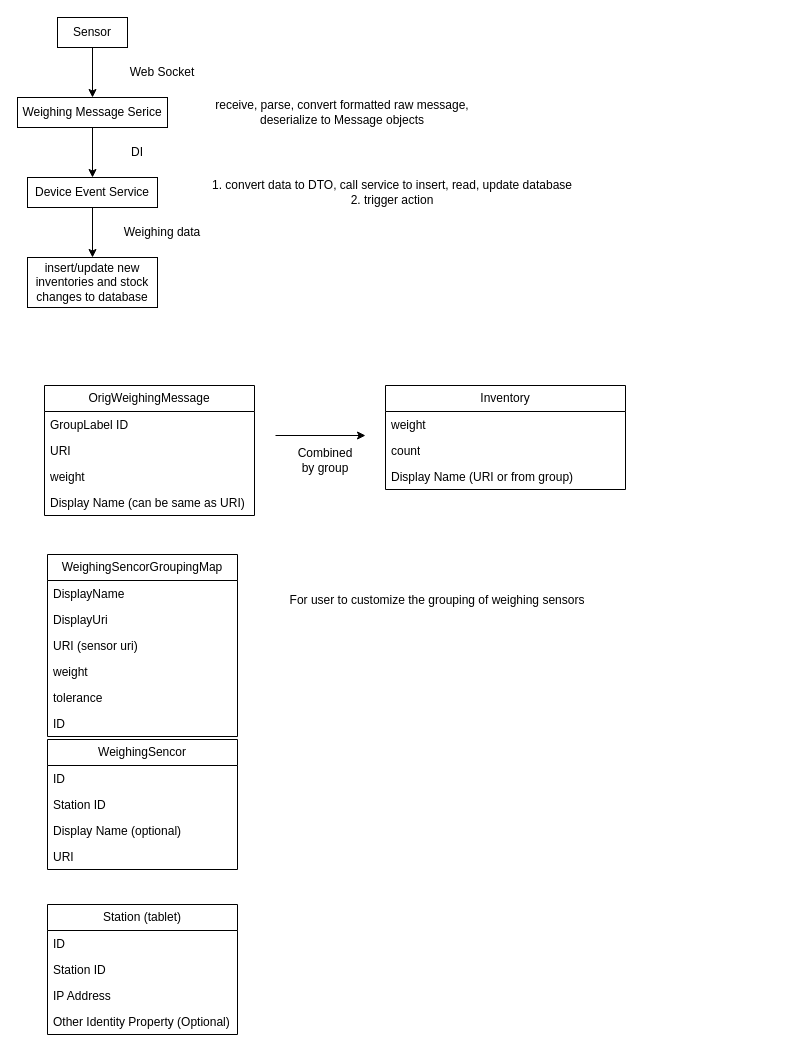
This is gravis/Untitled Diagram.drawio from MQzhiyong/draw_io, a draw.io file, before an edit. Source tidied: cells renumbered, new cells numbered last; positions are measured from the earlier drawing's top-left corner, leaving out a move shared by most shapes. Both pictures are drawn from the tidied source at 100%, with x=0, y=0 at pixel (17, 17).
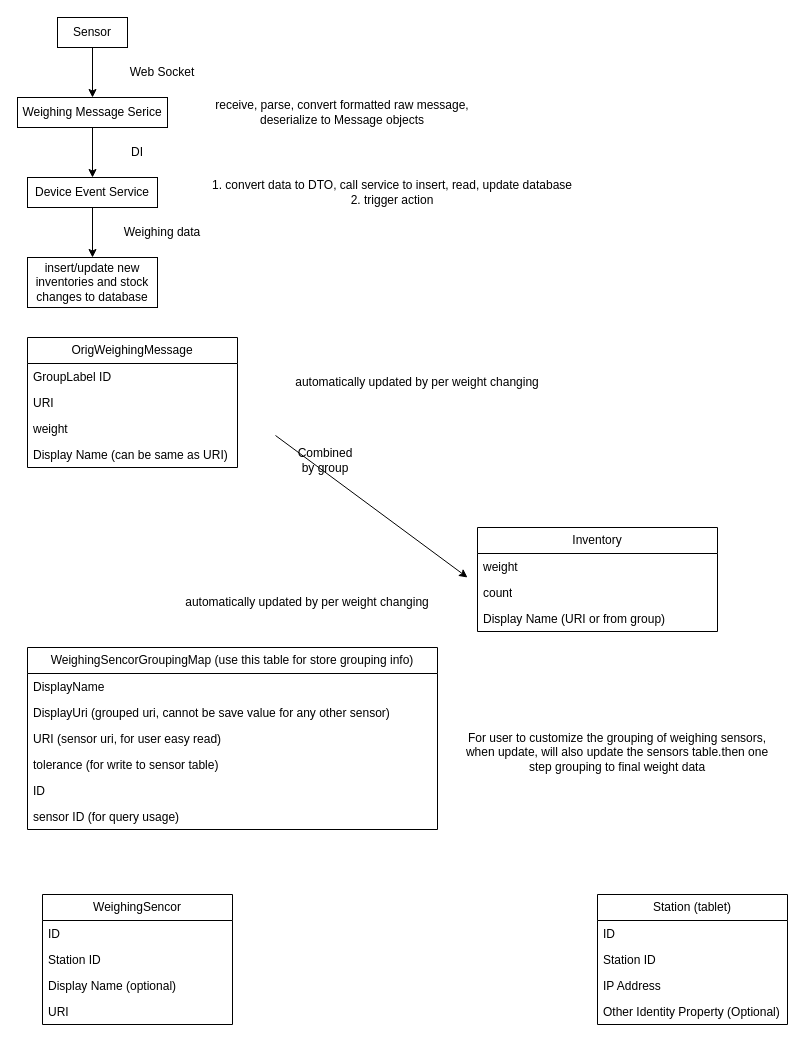
After the change.

Diff of the diagram source:
```diff
@@
     <mxCell id="12" value="OrigWeighingMessage" style="swimlane;fontStyle=0;horizontal=1;startSize=26;fillColor=none;whiteSpace=wrap;html=1;" parent="1" vertex="1">
-      <mxGeometry x="27" y="368" width="210" height="130" as="geometry" />
+      <mxGeometry x="10" y="320" width="210" height="130" as="geometry" />
     </mxCell>
@@
     <mxCell id="17" value="Inventory" style="swimlane;fontStyle=0;horizontal=1;startSize=26;fillColor=none;whiteSpace=wrap;html=1;" parent="1" vertex="1">
-      <mxGeometry x="368" y="368" width="240" height="104" as="geometry" />
+      <mxGeometry x="460" y="510" width="240" height="104" as="geometry" />
     </mxCell>
@@
     <mxCell id="21" style="endArrow=classic;html=1;rounded=0;" parent="1" edge="1">
       <mxGeometry relative="1" as="geometry">
         <mxPoint x="258" y="418" as="sourcePoint" />
-        <mxPoint x="348" y="418" as="targetPoint" />
+        <mxPoint x="450" y="560" as="targetPoint" />
       </mxGeometry>
     </mxCell>
@@
-    <mxCell id="23" value="WeighingSencorGroupingMap" style="swimlane;fontStyle=0;horizontal=1;startSize=26;fillColor=none;whiteSpace=wrap;html=1;" parent="1" vertex="1">
-      <mxGeometry x="30" y="537" width="190" height="182" as="geometry" />
+    <mxCell id="23" value="WeighingSencorGroupingMap (use this table for store grouping info)" style="swimlane;fontStyle=0;horizontal=1;startSize=26;fillColor=none;whiteSpace=wrap;html=1;" parent="1" vertex="1">
+      <mxGeometry x="10" y="630" width="410" height="182" as="geometry" />
     </mxCell>
     <mxCell id="24" value="DisplayName" style="text;strokeColor=none;fillColor=none;align=left;verticalAlign=top;spacingLeft=4;spacingRight=4;overflow=hidden;whiteSpace=wrap;html=1;" parent="23" vertex="1">
-      <mxGeometry y="26" width="190" height="26" as="geometry" />
+      <mxGeometry y="26" width="410" height="26" as="geometry" />
     </mxCell>
-    <mxCell id="25" value="DisplayUri" style="text;strokeColor=none;fillColor=none;align=left;verticalAlign=top;spacingLeft=4;spacingRight=4;overflow=hidden;whiteSpace=wrap;html=1;" parent="23" vertex="1">
-      <mxGeometry y="52" width="190" height="26" as="geometry" />
+    <mxCell id="25" value="DisplayUri (grouped uri, cannot be save value for any other sensor)" style="text;strokeColor=none;fillColor=none;align=left;verticalAlign=top;spacingLeft=4;spacingRight=4;overflow=hidden;whiteSpace=wrap;html=1;" parent="23" vertex="1">
+      <mxGeometry y="52" width="410" height="26" as="geometry" />
     </mxCell>
-    <mxCell id="26" value="URI (sensor uri)" style="text;strokeColor=none;fillColor=none;align=left;verticalAlign=top;spacingLeft=4;spacingRight=4;overflow=hidden;whiteSpace=wrap;html=1;" parent="23" vertex="1">
-      <mxGeometry y="78" width="190" height="26" as="geometry" />
+    <mxCell id="26" value="URI (sensor uri, for user easy read)" style="text;strokeColor=none;fillColor=none;align=left;verticalAlign=top;spacingLeft=4;spacingRight=4;overflow=hidden;whiteSpace=wrap;html=1;" parent="23" vertex="1">
+      <mxGeometry y="78" width="410" height="26" as="geometry" />
     </mxCell>
-    <mxCell id="27" value="weight" style="text;strokeColor=none;fillColor=none;align=left;verticalAlign=top;spacingLeft=4;spacingRight=4;overflow=hidden;whiteSpace=wrap;html=1;" parent="23" vertex="1">
-      <mxGeometry y="104" width="190" height="26" as="geometry" />
-    </mxCell>
-    <mxCell id="28" value="tolerance&lt;br&gt;" style="text;strokeColor=none;fillColor=none;align=left;verticalAlign=top;spacingLeft=4;spacingRight=4;overflow=hidden;whiteSpace=wrap;html=1;" parent="23" vertex="1">
-      <mxGeometry y="130" width="190" height="26" as="geometry" />
+    <mxCell id="28" value="tolerance (for write to sensor table)" style="text;strokeColor=none;fillColor=none;align=left;verticalAlign=top;spacingLeft=4;spacingRight=4;overflow=hidden;whiteSpace=wrap;html=1;" parent="23" vertex="1">
+      <mxGeometry y="104" width="410" height="26" as="geometry" />
     </mxCell>
     <mxCell id="29" value="ID" style="text;strokeColor=none;fillColor=none;align=left;verticalAlign=top;spacingLeft=4;spacingRight=4;overflow=hidden;whiteSpace=wrap;html=1;" parent="23" vertex="1">
-      <mxGeometry y="156" width="190" height="26" as="geometry" />
+      <mxGeometry y="130" width="410" height="26" as="geometry" />
     </mxCell>
+    <mxCell id="43" value="sensor ID (for query usage)" style="text;strokeColor=none;fillColor=none;align=left;verticalAlign=top;spacingLeft=4;spacingRight=4;overflow=hidden;whiteSpace=wrap;html=1;" parent="23" vertex="1">
+      <mxGeometry y="156" width="410" height="26" as="geometry" />
+    </mxCell>
     <mxCell id="30" value="WeighingSencor" style="swimlane;fontStyle=0;horizontal=1;startSize=26;fillColor=none;whiteSpace=wrap;html=1;" parent="1" vertex="1">
-      <mxGeometry x="30" y="722" width="190" height="130" as="geometry" />
+      <mxGeometry x="25" y="877" width="190" height="130" as="geometry" />
     </mxCell>
@@
     <mxCell id="35" value="Station (tablet)" style="swimlane;fontStyle=0;horizontal=1;startSize=26;fillColor=none;whiteSpace=wrap;html=1;" parent="1" vertex="1">
-      <mxGeometry x="30" y="887" width="190" height="130" as="geometry" />
+      <mxGeometry x="580" y="877" width="190" height="130" as="geometry" />
     </mxCell>
@@
-    <mxCell id="40" value="For user to customize the grouping of weighing sensors" style="text;html=1;strokeColor=none;fillColor=none;align=center;verticalAlign=middle;whiteSpace=wrap;rounded=0;" parent="1" vertex="1">
-      <mxGeometry x="260" y="568" width="320" height="30" as="geometry" />
+    <mxCell id="40" value="For user to customize the grouping of weighing sensors, when update, will also update the sensors table.then one step grouping to final weight data" style="text;html=1;strokeColor=none;fillColor=none;align=center;verticalAlign=middle;whiteSpace=wrap;rounded=0;" parent="1" vertex="1">
+      <mxGeometry x="440" y="680" width="320" height="110" as="geometry" />
     </mxCell>
@@
+    <mxCell id="44" value="automatically updated by per weight changing" style="text;html=1;strokeColor=none;fillColor=none;align=center;verticalAlign=middle;whiteSpace=wrap;rounded=0;" parent="1" vertex="1">
+      <mxGeometry x="250" y="350" width="300" height="30" as="geometry" />
+    </mxCell>
+    <mxCell id="45" value="automatically updated by per weight changing" style="text;html=1;strokeColor=none;fillColor=none;align=center;verticalAlign=middle;whiteSpace=wrap;rounded=0;" parent="1" vertex="1">
+      <mxGeometry x="140" y="570" width="300" height="30" as="geometry" />
+    </mxCell>
```
